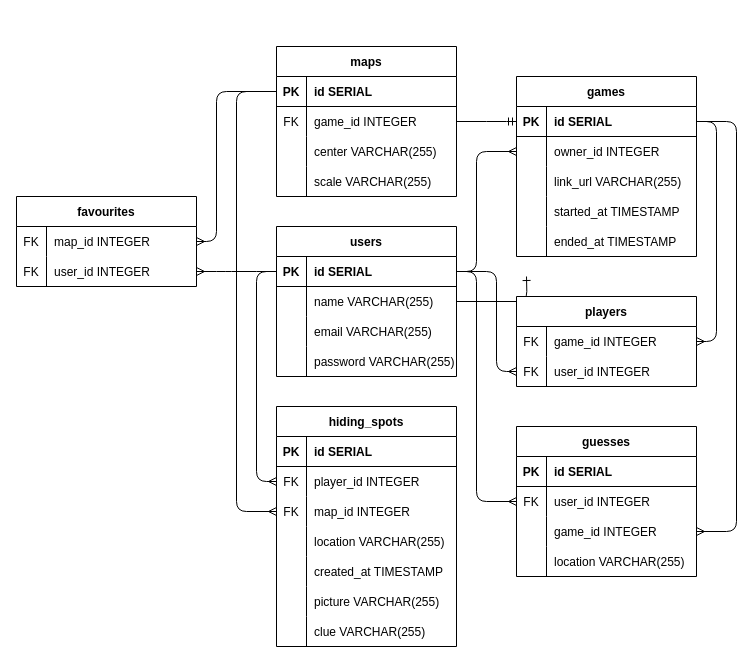
The draw.io diagram db/erd.drawio in Puzzlebottom/midterm-project, before the edit. Source tidied: cells renumbered, new cells numbered last; positions are measured from the earlier drawing's top-left corner, leaving out a move shared by most shapes. Both pictures are drawn from the tidied source at 100%, with x=0, y=0 at pixel (16, 46).
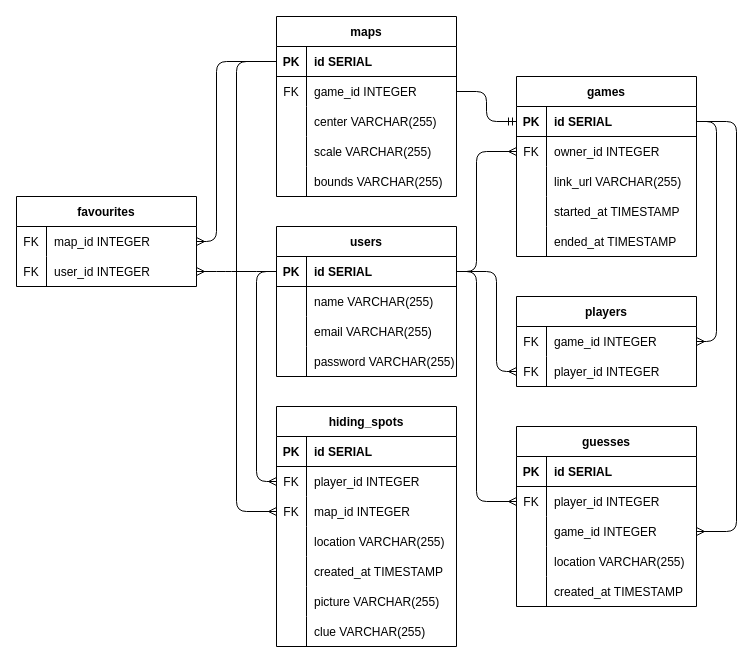
Above is the later version.

Commit message (it also covers changes not shown here):
adds schema for all tables

Unchanged cells that the change refers to:
```xml
<mxCell id="6" style="shape=tableRow;horizontal=0;startSize=0;swimlaneHead=0;swimlaneBody=0;fillColor=none;points=[[0,0.5],[1,0.5]];portConstraint=eastwest;top=0;left=0;right=0;bottom=0;" parent="2" vertex="1">
  <mxGeometry y="60" width="180" height="30" as="geometry" />
</mxCell>
<mxCell id="16" style="shape=tableRow;horizontal=0;startSize=0;swimlaneHead=0;swimlaneBody=0;fillColor=none;points=[[0,0.5],[1,0.5]];portConstraint=eastwest;top=0;left=0;right=0;bottom=1;" parent="15" vertex="1">
  <mxGeometry y="30" width="180" height="30" as="geometry" />
</mxCell>
<mxCell id="19" style="shape=tableRow;horizontal=0;startSize=0;swimlaneHead=0;swimlaneBody=0;fillColor=none;points=[[0,0.5],[1,0.5]];portConstraint=eastwest;top=0;left=0;right=0;bottom=0;" parent="15" vertex="1">
  <mxGeometry y="60" width="180" height="30" as="geometry" />
</mxCell>
<mxCell id="35" style="shape=tableRow;horizontal=0;startSize=0;swimlaneHead=0;swimlaneBody=0;fillColor=none;points=[[0,0.5],[1,0.5]];portConstraint=eastwest;top=0;left=0;right=0;bottom=0;" parent="28" vertex="1">
  <mxGeometry y="90" width="180" height="30" as="geometry" />
</mxCell>
<mxCell id="55" style="shape=tableRow;horizontal=0;startSize=0;swimlaneHead=0;swimlaneBody=0;fillColor=none;points=[[0,0.5],[1,0.5]];portConstraint=eastwest;top=0;left=0;right=0;bottom=0;" parent="51" vertex="1">
  <mxGeometry y="60" width="180" height="30" as="geometry" />
</mxCell>
<mxCell id="65" style="shape=tableRow;horizontal=0;startSize=0;swimlaneHead=0;swimlaneBody=0;fillColor=none;points=[[0,0.5],[1,0.5]];portConstraint=eastwest;top=0;left=0;right=0;bottom=0;" parent="64" vertex="1">
  <mxGeometry y="30" width="180" height="30" as="geometry" />
</mxCell>
<mxCell id="72" style="shape=tableRow;horizontal=0;startSize=0;swimlaneHead=0;swimlaneBody=0;fillColor=none;points=[[0,0.5],[1,0.5]];portConstraint=eastwest;top=0;left=0;right=0;bottom=1;" parent="71" vertex="1">
  <mxGeometry y="30" width="180" height="30" as="geometry" />
</mxCell>
<mxCell id="75" style="shape=tableRow;horizontal=0;startSize=0;swimlaneHead=0;swimlaneBody=0;fillColor=none;points=[[0,0.5],[1,0.5]];portConstraint=eastwest;top=0;left=0;right=0;bottom=0;" parent="71" vertex="1">
  <mxGeometry y="60" width="180" height="30" as="geometry" />
</mxCell>
<mxCell id="92" style="shape=tableRow;horizontal=0;startSize=0;swimlaneHead=0;swimlaneBody=0;fillColor=none;points=[[0,0.5],[1,0.5]];portConstraint=eastwest;top=0;left=0;right=0;bottom=0;" parent="88" vertex="1">
  <mxGeometry y="60" width="180" height="30" as="geometry" />
</mxCell>
```

Change to the diagram source:
```diff
@@
     <mxCell id="15" value="maps" style="shape=table;startSize=30;childLayout=tableLayout;rowLines=0;fontStyle=1;align=center;" parent="1" vertex="1">
-      <mxGeometry x="260" width="180" height="150" as="geometry" />
+      <mxGeometry x="260" y="-30" width="180" height="180" as="geometry" />
     </mxCell>
@@
+    <mxCell id="104" style="shape=tableRow;horizontal=0;startSize=0;swimlaneHead=0;swimlaneBody=0;fillColor=none;top=0;left=0;right=0;bottom=0;" parent="15" vertex="1">
+      <mxGeometry y="150" width="180" height="30" as="geometry" />
+    </mxCell>
+    <mxCell id="105" style="shape=partialRectangle;fillColor=none;top=0;left=0;bottom=0;right=0;overflow=hidden;" parent="104" vertex="1">
+      <mxGeometry width="30" height="30" as="geometry" />
+    </mxCell>
+    <mxCell id="106" value="bounds VARCHAR(255)" style="shape=partialRectangle;fillColor=none;top=0;left=0;bottom=0;right=0;align=left;spacingLeft=6;overflow=hidden;" parent="104" vertex="1">
+      <mxGeometry x="30" width="150" height="30" as="geometry" />
+    </mxCell>
@@
-    <mxCell id="50" style="edgeStyle=orthogonalEdgeStyle;fontSize=12;html=1;endArrow=ERone;endFill=1;entryX=0;entryY=0.5;entryDx=0;entryDy=0;exitX=1;exitY=0.5;exitDx=0;exitDy=0;" parent="1" edge="1" source="6">
-      <mxGeometry relative="1" as="geometry">
-        <mxPoint x="510" y="230" as="targetPoint" />
-      </mxGeometry>
-    </mxCell>
     <mxCell id="51" value="guesses" style="shape=table;startSize=30;childLayout=tableLayout;rowLines=0;fontStyle=1;align=center;" parent="1" vertex="1">
-      <mxGeometry x="500" y="380" width="180" height="150" as="geometry" />
+      <mxGeometry x="500" y="380" width="180" height="180" as="geometry" />
     </mxCell>
@@
-    <mxCell id="57" value="user_id INTEGER" style="shape=partialRectangle;fillColor=none;top=0;left=0;bottom=0;right=0;align=left;spacingLeft=6;overflow=hidden;" parent="55" vertex="1">
+    <mxCell id="57" value="player_id INTEGER" style="shape=partialRectangle;fillColor=none;top=0;left=0;bottom=0;right=0;align=left;spacingLeft=6;overflow=hidden;" parent="55" vertex="1">
       <mxGeometry x="30" width="150" height="30" as="geometry" />
     </mxCell>
@@
+    <mxCell id="107" style="shape=tableRow;horizontal=0;startSize=0;swimlaneHead=0;swimlaneBody=0;fillColor=none;top=0;left=0;right=0;bottom=0;" parent="51" vertex="1">
+      <mxGeometry y="150" width="180" height="30" as="geometry" />
+    </mxCell>
+    <mxCell id="108" style="shape=partialRectangle;fillColor=none;top=0;left=0;bottom=0;right=0;overflow=hidden;" parent="107" vertex="1">
+      <mxGeometry width="30" height="30" as="geometry" />
+    </mxCell>
+    <mxCell id="109" value="created_at TIMESTAMP" style="shape=partialRectangle;fillColor=none;top=0;left=0;bottom=0;right=0;align=left;spacingLeft=6;overflow=hidden;" parent="107" vertex="1">
+      <mxGeometry x="30" width="150" height="30" as="geometry" />
+    </mxCell>
@@
-    <mxCell id="76" style="shape=partialRectangle;fillColor=none;top=0;left=0;bottom=0;right=0;overflow=hidden;" parent="75" vertex="1">
+    <mxCell id="76" value="FK" style="shape=partialRectangle;fillColor=none;top=0;left=0;bottom=0;right=0;overflow=hidden;" parent="75" vertex="1">
       <mxGeometry width="30" height="30" as="geometry" />
     </mxCell>
@@
-    <mxCell id="94" value="user_id INTEGER" style="shape=partialRectangle;fillColor=none;top=0;left=0;bottom=0;right=0;align=left;spacingLeft=6;overflow=hidden;" parent="92" vertex="1">
+    <mxCell id="94" value="player_id INTEGER" style="shape=partialRectangle;fillColor=none;top=0;left=0;bottom=0;right=0;align=left;spacingLeft=6;overflow=hidden;" parent="92" vertex="1">
       <mxGeometry x="30" width="150" height="30" as="geometry" />
     </mxCell>
     <mxCell id="95" style="edgeStyle=orthogonalEdgeStyle;fontSize=12;html=1;endArrow=ERmandOne;entryX=0;entryY=0.5;entryDx=0;entryDy=0;exitX=1;exitY=0.5;exitDx=0;exitDy=0;" parent="1" edge="1" source="19" target="72">
       <mxGeometry relative="1" as="geometry">
         <Array as="points">
-          <mxPoint x="480" y="75" />
-          <mxPoint x="480" y="75" />
+          <mxPoint x="470" y="45" />
+          <mxPoint x="470" y="75" />
         </Array>
       </mxGeometry>
     </mxCell>
     <mxCell id="96" style="edgeStyle=orthogonalEdgeStyle;fontSize=12;html=1;endArrow=ERmany;entryX=1;entryY=0.5;entryDx=0;entryDy=0;exitX=0;exitY=0.5;exitDx=0;exitDy=0;" parent="1" edge="1" source="16" target="65">
       <mxGeometry relative="1" as="geometry">
         <Array as="points">
-          <mxPoint x="200" y="45" />
+          <mxPoint x="200" y="15" />
           <mxPoint x="200" y="195" />
         </Array>
       </mxGeometry>
     </mxCell>
@@
     <mxCell id="101" style="edgeStyle=orthogonalEdgeStyle;fontSize=12;html=1;endArrow=ERmany;entryX=0;entryY=0.5;entryDx=0;entryDy=0;exitX=0;exitY=0.5;exitDx=0;exitDy=0;" parent="1" edge="1" source="16" target="35">
       <mxGeometry relative="1" as="geometry">
         <Array as="points">
-          <mxPoint x="220" y="45" />
+          <mxPoint x="220" y="15" />
           <mxPoint x="220" y="465" />
         </Array>
       </mxGeometry>
     </mxCell>
```
